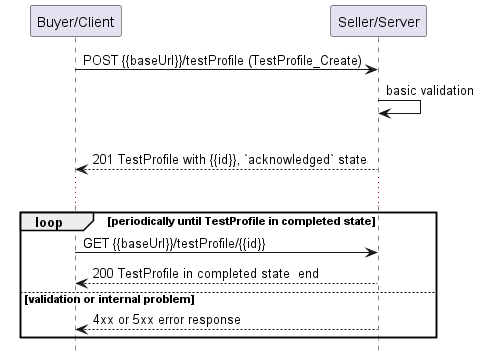
Before: documentation/serviceApi/sft/serviceTest/media/useCase1Polling.png, a diagram exported from PlantUML (MEF-GIT/MEF-LSO-Legato-SDK). Its diagram source:
```plantuml
@startuml useCase1Polling
hide footbox

participant "Buyer/Client" as A
participant "Seller/Server" as SOF


A -> SOF : POST {{baseUrl}}/testProfile (TestProfile_Create)
SOF -> SOF : basic validation

alt succesful inquiry
  SOF --> A : 201 TestProfile with {{id}}, `acknowledged` state

  ...

  loop periodically until TestProfile in completed state
      A -> SOF :   GET {{baseUrl}}/testProfile/{{id}}
      return 200 TestProfile in completed state  end

else validation or internal problem
  SOF --> A : 4xx or 5xx error response
end


@enduml
```
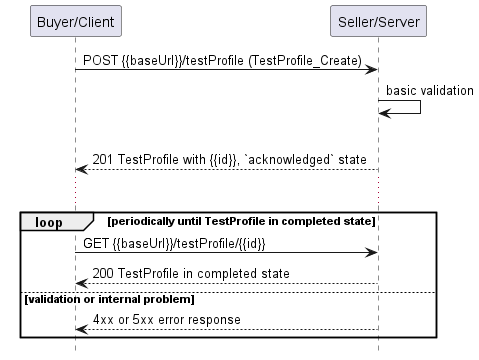
Above is the later version.

Change to the diagram source:
```diff
@@ -15,7 +15,7 @@
 
   loop periodically until TestProfile in completed state
       A -> SOF :   GET {{baseUrl}}/testProfile/{{id}}
-      return 200 TestProfile in completed state  end
+      return 200 TestProfile in completed state
 
 else validation or internal problem
   SOF --> A : 4xx or 5xx error response
```
